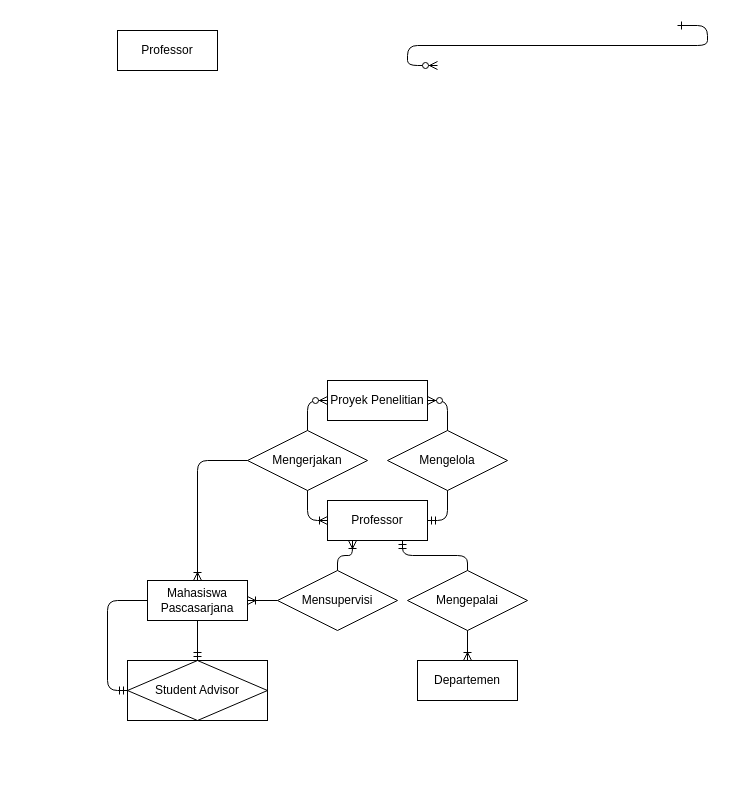
The draw.io diagram lkp2.drawio in andrawicaksonoipb/Basis-Data, before the edit. Source tidied: cells renumbered, new cells numbered last; positions are measured from the earlier drawing's top-left corner, leaving out a move shared by most shapes. Both pictures are drawn from the tidied source at 100%, with x=0, y=0 at pixel (107, 25).
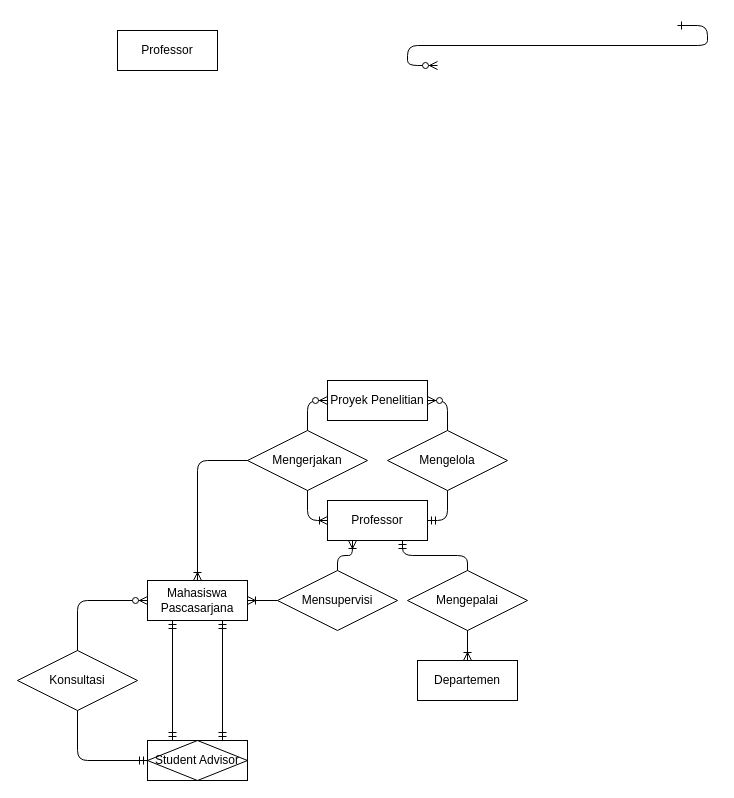
The same page after the edit.

The change refers to these unchanged cells:
```xml
<mxCell id="6" value="Mahasiswa Pascasarjana" style="whiteSpace=wrap;html=1;align=center;" parent="1" vertex="1">
  <mxGeometry x="40" y="555" width="100" height="40" as="geometry" />
</mxCell>
```

What changed in the source:
```diff
@@
     <mxCell id="21" value="Student Advisor" style="shape=associativeEntity;whiteSpace=wrap;html=1;align=center;" parent="1" vertex="1">
-      <mxGeometry x="20" y="635" width="140" height="60" as="geometry" />
+      <mxGeometry x="40" y="715" width="100" height="40" as="geometry" />
     </mxCell>
-    <mxCell id="22" style="fontSize=12;html=1;endArrow=ERmandOne;entryX=0.5;entryY=0;entryDx=0;entryDy=0;exitX=0.5;exitY=1;exitDx=0;exitDy=0;" parent="1" edge="1" source="6" target="21">
-      <mxGeometry relative="1" as="geometry" />
-    </mxCell>
-    <mxCell id="23" style="edgeStyle=orthogonalEdgeStyle;fontSize=12;html=1;endArrow=ERmandOne;entryX=0;entryY=0.5;entryDx=0;entryDy=0;exitX=0;exitY=0.5;exitDx=0;exitDy=0;" parent="1" edge="1" source="6" target="21">
-      <mxGeometry relative="1" as="geometry">
-        <Array as="points">
-          <mxPoint y="575" />
-          <mxPoint y="665" />
-        </Array>
-      </mxGeometry>
-    </mxCell>
+    <mxCell id="24" value="Konsultasi" style="shape=rhombus;perimeter=rhombusPerimeter;whiteSpace=wrap;html=1;align=center;" parent="1" vertex="1">
+      <mxGeometry x="-90" y="625" width="120" height="60" as="geometry" />
+    </mxCell>
+    <mxCell id="25" style="fontSize=12;html=1;endArrow=ERmandOne;startArrow=ERmandOne;entryX=0.75;entryY=1;entryDx=0;entryDy=0;exitX=0.75;exitY=0;exitDx=0;exitDy=0;" parent="1" edge="1" source="21" target="6">
+      <mxGeometry relative="1" as="geometry" />
+    </mxCell>
+    <mxCell id="26" style="fontSize=12;html=1;endArrow=ERmandOne;startArrow=ERmandOne;entryX=0.25;entryY=1;entryDx=0;entryDy=0;exitX=0.25;exitY=0;exitDx=0;exitDy=0;" parent="1" edge="1" source="21" target="6">
+      <mxGeometry relative="1" as="geometry" />
+    </mxCell>
+    <mxCell id="27" style="edgeStyle=orthogonalEdgeStyle;fontSize=12;html=1;endArrow=ERmandOne;entryX=0;entryY=0.5;entryDx=0;entryDy=0;exitX=0.5;exitY=1;exitDx=0;exitDy=0;" parent="1" edge="1" source="24" target="21">
+      <mxGeometry relative="1" as="geometry" />
+    </mxCell>
+    <mxCell id="28" style="edgeStyle=orthogonalEdgeStyle;fontSize=12;html=1;endArrow=ERzeroToMany;endFill=1;entryX=0;entryY=0.5;entryDx=0;entryDy=0;exitX=0.5;exitY=0;exitDx=0;exitDy=0;" parent="1" edge="1" source="24" target="6">
+      <mxGeometry relative="1" as="geometry" />
+    </mxCell>
```
